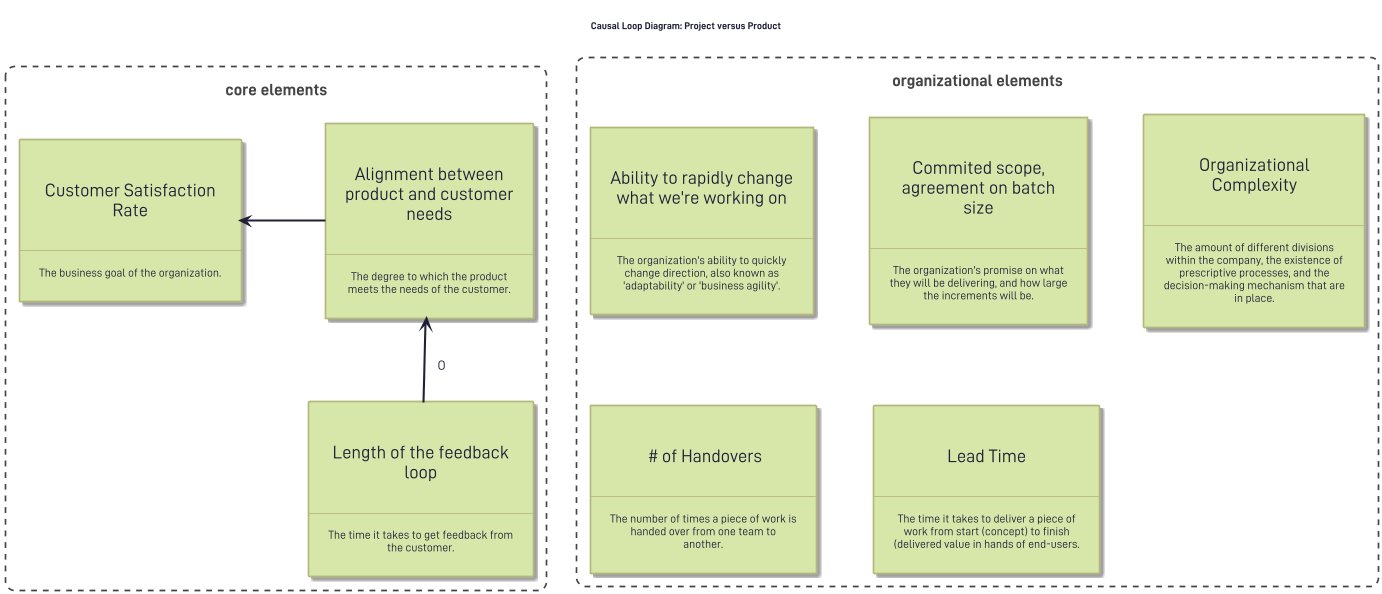
The PlantUML diagram static/images/kata/organizational_elements_CONNECT-US.png in sddevelopment-be/systems-thinking-kata, before a commit.
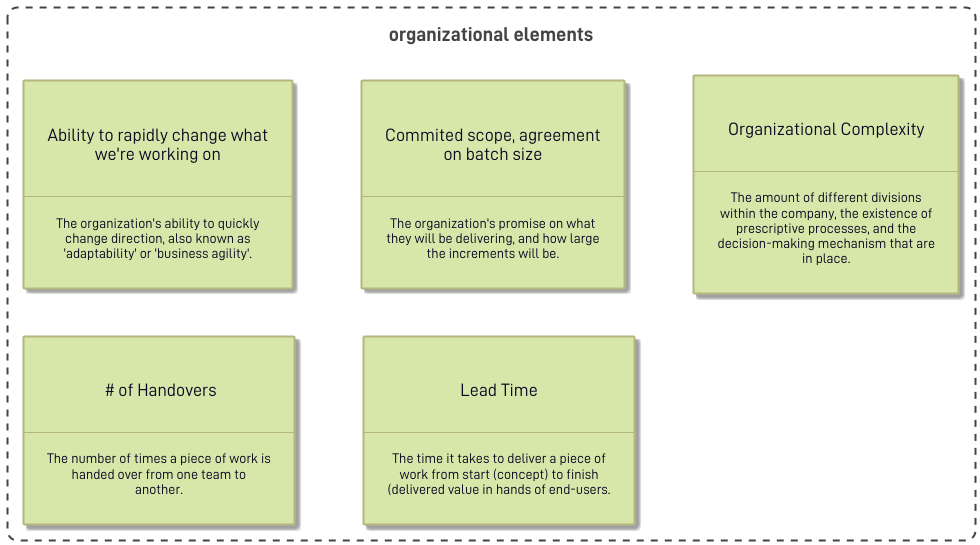
The same file after the commit.

What changed in the source:
```diff
@@ -1,19 +1,14 @@
 @startuml
-title Causal Loop Diagram: Project versus Product
 
 !include ../templates/puml-theme-stickies.puml
 
 skinparam backgroundColor white
 skinparam linetype disabled
+skinparam dpi 240
 
-Boundary(core, "core elements") {
-	Sticky(customer_satisfaction, "Customer Satisfaction Rate", "The business goal of the organization.")
-  Sticky(alignment_to_market, "Alignment between product and customer needs", "The degree to which the product meets the needs of the customer.")
-  Sticky(loop_length, "Length of the feedback loop", "The time it takes to get feedback from the customer.")
 
-   alignment_to_market -left-> customer_satisfaction: " "
-   loop_length -up-> alignment_to_market: "O"
-}
+top to bottom direction
+
 
 Boundary(organizational, "organizational elements") {
 	Sticky(adaptability, "Ability to rapidly change what we're working on", "The organization's ability to quickly change direction, also known as 'adaptability' or 'business agility'.")
@@ -24,4 +19,8 @@
 }
 
 
+
+
+
+
 @enduml
```
